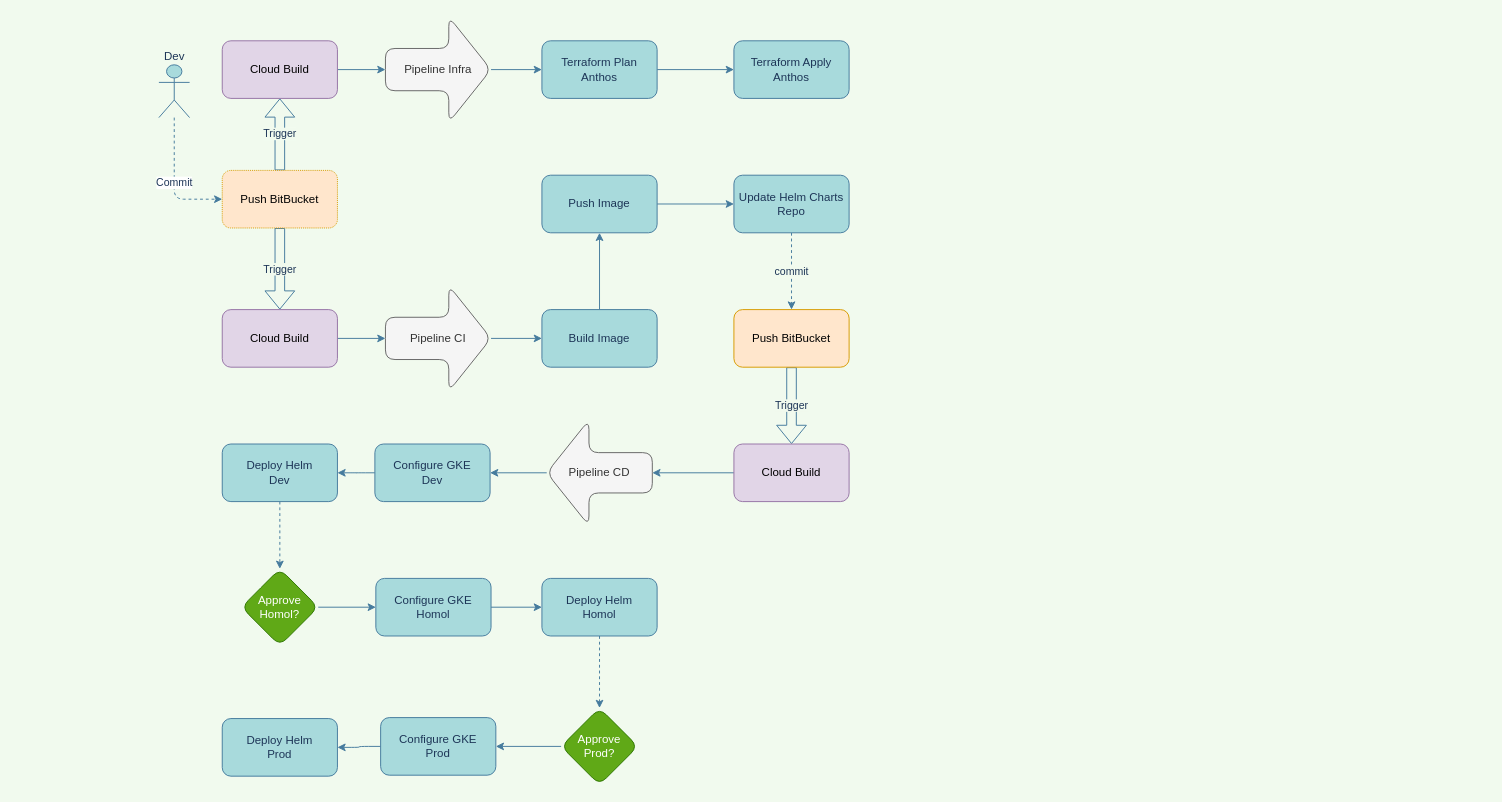
The draw.io diagram CICD/Flow GCP.drawio in skeeterx88/diagrams, before the edit. Source tidied: cells renumbered, new cells numbered last; positions are measured from the earlier drawing's top-left corner, leaving out a move shared by most shapes. Both pictures are drawn from the tidied source at 96%, with x=0, y=0 at pixel (158, 16).
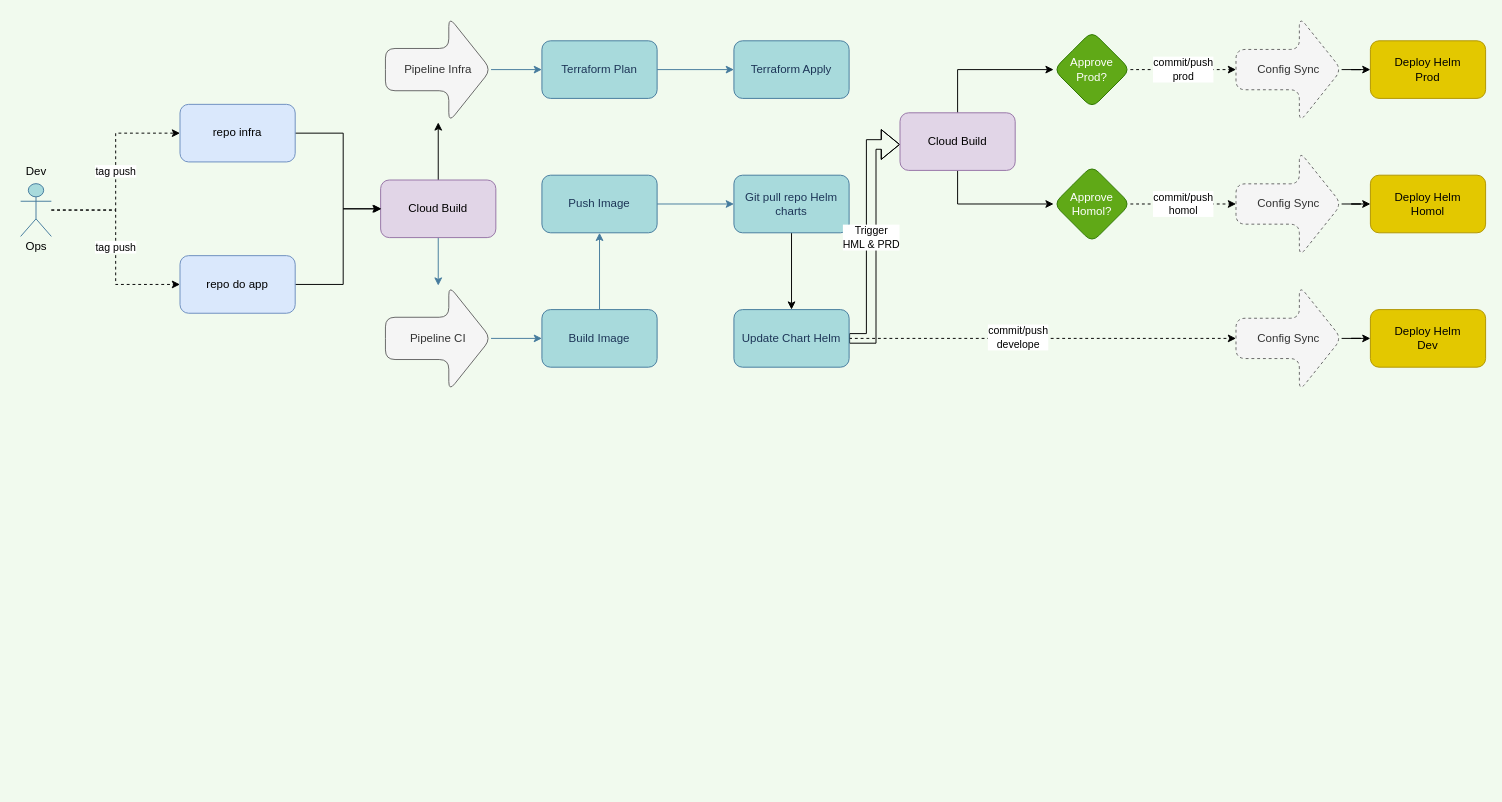
After the change.

The change refers to these unchanged cells:
```xml
<mxCell id="6" value="Pipeline Infra" style="shape=singleArrow;whiteSpace=wrap;html=1;arrowWidth=0.4;arrowSize=0.4;rounded=1;fillColor=#f5f5f5;strokeColor=#666666;fontColor=#333333;" parent="1" vertex="1">
  <mxGeometry x="236" width="110" height="110" as="geometry" />
</mxCell>
```

Change to the diagram source:
```diff
@@
-    <mxCell id="2" value="Trigger" style="edgeStyle=orthogonalEdgeStyle;rounded=0;jettySize=auto;html=1;shape=flexArrow;labelBackgroundColor=#F1FAEE;strokeColor=#457B9D;fontColor=#1D3557;" parent="1" edge="1" source="4" target="17">
-      <mxGeometry relative="1" as="geometry" />
-    </mxCell>
-    <mxCell id="3" value="Trigger" style="edgeStyle=orthogonalEdgeStyle;rounded=0;jettySize=auto;html=1;shape=flexArrow;labelBackgroundColor=#F1FAEE;strokeColor=#457B9D;fontColor=#1D3557;" parent="1" edge="1" source="4" target="19">
-      <mxGeometry relative="1" as="geometry" />
-    </mxCell>
-    <mxCell id="4" value="Push BitBucket" style="rounded=1;whiteSpace=wrap;html=1;fillColor=#ffe6cc;strokeColor=#d79b00;dashed=1;dashPattern=1 1;" parent="1" vertex="1">
-      <mxGeometry x="66" y="160" width="120" height="60" as="geometry" />
-    </mxCell>
@@
-    <mxCell id="10" value="&lt;div&gt;Terraform Plan&lt;/div&gt;&lt;div&gt;Anthos&lt;br&gt;&lt;/div&gt;" style="whiteSpace=wrap;html=1;rounded=1;fillColor=#A8DADC;strokeColor=#457B9D;fontColor=#1D3557;" parent="1" vertex="1">
+    <mxCell id="10" value="&lt;div&gt;Terraform Plan&lt;/div&gt;" style="whiteSpace=wrap;html=1;rounded=1;fillColor=#A8DADC;strokeColor=#457B9D;fontColor=#1D3557;" parent="1" vertex="1">
       <mxGeometry x="399" y="25" width="120" height="60" as="geometry" />
     </mxCell>
-    <mxCell id="11" value="&lt;div&gt;Terraform Apply&lt;/div&gt;&lt;div&gt;Anthos&lt;br&gt;&lt;/div&gt;" style="whiteSpace=wrap;html=1;rounded=1;fillColor=#A8DADC;strokeColor=#457B9D;fontColor=#1D3557;" parent="1" vertex="1">
+    <mxCell id="11" value="&lt;div&gt;Terraform Apply&lt;/div&gt;" style="whiteSpace=wrap;html=1;rounded=1;fillColor=#A8DADC;strokeColor=#457B9D;fontColor=#1D3557;" parent="1" vertex="1">
       <mxGeometry x="599" y="25" width="120" height="60" as="geometry" />
     </mxCell>
@@
-    <mxCell id="14" value="Trigger" style="edgeStyle=orthogonalEdgeStyle;rounded=0;jettySize=auto;html=1;shape=flexArrow;labelBackgroundColor=#F1FAEE;strokeColor=#457B9D;fontColor=#1D3557;" parent="1" edge="1" source="15" target="25">
-      <mxGeometry relative="1" as="geometry" />
-    </mxCell>
-    <mxCell id="15" value="Push BitBucket" style="whiteSpace=wrap;html=1;rounded=1;fillColor=#ffe6cc;strokeColor=#d79b00;" parent="1" vertex="1">
-      <mxGeometry x="599" y="305" width="120" height="60" as="geometry" />
-    </mxCell>
-    <mxCell id="16" style="edgeStyle=orthogonalEdgeStyle;rounded=0;jettySize=auto;html=1;labelBackgroundColor=#F1FAEE;strokeColor=#457B9D;fontColor=#1D3557;" parent="1" edge="1" source="17" target="6">
-      <mxGeometry relative="1" as="geometry" />
-    </mxCell>
-    <mxCell id="17" value="Cloud Build" style="whiteSpace=wrap;html=1;rounded=1;fillColor=#e1d5e7;strokeColor=#9673a6;" parent="1" vertex="1">
-      <mxGeometry x="66" y="25" width="120" height="60" as="geometry" />
-    </mxCell>
@@
+    <mxCell id="45" style="edgeStyle=orthogonalEdgeStyle;rounded=0;jettySize=auto;html=1;" parent="1" edge="1" source="19" target="6">
+      <mxGeometry relative="1" as="geometry" />
+    </mxCell>
     <mxCell id="19" value="Cloud Build" style="whiteSpace=wrap;html=1;rounded=1;fillColor=#e1d5e7;strokeColor=#9673a6;" parent="1" vertex="1">
-      <mxGeometry x="66" y="305" width="120" height="60" as="geometry" />
+      <mxGeometry x="231" y="170" width="120" height="60" as="geometry" />
     </mxCell>
@@
-    <mxCell id="22" value="commit" style="edgeStyle=orthogonalEdgeStyle;rounded=0;jettySize=auto;html=1;labelBackgroundColor=#F1FAEE;strokeColor=#457B9D;fontColor=#1D3557;dashed=1;" parent="1" edge="1" source="23" target="15">
-      <mxGeometry relative="1" as="geometry" />
-    </mxCell>
+    <mxCell id="46" style="edgeStyle=orthogonalEdgeStyle;rounded=0;jettySize=auto;html=1;" parent="1" edge="1" source="23" target="53">
+      <mxGeometry relative="1" as="geometry" />
+    </mxCell>
-    <mxCell id="23" value="Update Helm Charts Repo" style="whiteSpace=wrap;html=1;rounded=1;fillColor=#A8DADC;strokeColor=#457B9D;fontColor=#1D3557;" parent="1" vertex="1">
+    <mxCell id="23" value="Git pull repo Helm charts" style="whiteSpace=wrap;html=1;rounded=1;fillColor=#A8DADC;strokeColor=#457B9D;fontColor=#1D3557;" parent="1" vertex="1">
       <mxGeometry x="599" y="165" width="120" height="60" as="geometry" />
     </mxCell>
-    <mxCell id="24" style="edgeStyle=orthogonalEdgeStyle;curved=0;rounded=1;sketch=0;jettySize=auto;html=1;fontColor=#1D3557;strokeColor=#457B9D;fillColor=#A8DADC;" parent="1" edge="1" source="25" target="27">
-      <mxGeometry relative="1" as="geometry" />
-    </mxCell>
-    <mxCell id="25" value="Cloud Build" style="whiteSpace=wrap;html=1;rounded=1;fillColor=#e1d5e7;strokeColor=#9673a6;" parent="1" vertex="1">
-      <mxGeometry x="599" y="445" width="120" height="60" as="geometry" />
-    </mxCell>
-    <mxCell id="26" style="edgeStyle=orthogonalEdgeStyle;curved=0;rounded=1;sketch=0;jettySize=auto;html=1;fontColor=#1D3557;strokeColor=#457B9D;fillColor=#A8DADC;" parent="1" edge="1" source="27" target="29">
-      <mxGeometry relative="1" as="geometry" />
-    </mxCell>
-    <mxCell id="27" value="Pipeline CD" style="shape=singleArrow;whiteSpace=wrap;html=1;arrowWidth=0.38181818181818183;arrowSize=0.4;rounded=1;rotation=0;horizontal=1;direction=west;fillColor=#f5f5f5;strokeColor=#666666;fontColor=#333333;" parent="1" vertex="1">
-      <mxGeometry x="404" y="420" width="110" height="110" as="geometry" />
-    </mxCell>
-    <mxCell id="28" style="edgeStyle=orthogonalEdgeStyle;curved=0;rounded=1;sketch=0;jettySize=auto;html=1;fontColor=#1D3557;strokeColor=#457B9D;fillColor=#A8DADC;" parent="1" edge="1" source="29" target="31">
-      <mxGeometry relative="1" as="geometry" />
-    </mxCell>
-    <mxCell id="29" value="&lt;div&gt;Configure GKE&lt;/div&gt;&lt;div&gt;Dev&lt;/div&gt;" style="whiteSpace=wrap;html=1;rounded=1;fontColor=#1D3557;strokeColor=#457B9D;fillColor=#A8DADC;" parent="1" vertex="1">
-      <mxGeometry x="225" y="445" width="120" height="60" as="geometry" />
-    </mxCell>
-    <mxCell id="30" style="edgeStyle=orthogonalEdgeStyle;curved=0;rounded=1;sketch=0;jettySize=auto;html=1;dashed=1;fontColor=#1D3557;strokeColor=#457B9D;fillColor=#A8DADC;" parent="1" edge="1" source="31" target="35">
-      <mxGeometry relative="1" as="geometry" />
-    </mxCell>
-    <mxCell id="31" value="&lt;div&gt;Deploy Helm&lt;/div&gt;&lt;div&gt;Dev&lt;br&gt;&lt;/div&gt;" style="whiteSpace=wrap;html=1;rounded=1;fontColor=#1D3557;strokeColor=#457B9D;fillColor=#A8DADC;" parent="1" vertex="1">
-      <mxGeometry x="66" y="445" width="120" height="60" as="geometry" />
+    <mxCell id="31" value="&lt;div&gt;Deploy Helm&lt;/div&gt;&lt;div&gt;Dev&lt;br&gt;&lt;/div&gt;" style="whiteSpace=wrap;html=1;rounded=1;fontColor=#000000;strokeColor=#B09500;fillColor=#e3c800;" parent="1" vertex="1">
+      <mxGeometry x="1262" y="305" width="120" height="60" as="geometry" />
     </mxCell>
-    <mxCell id="32" value="&lt;div&gt;Commit&lt;/div&gt;" style="edgeStyle=orthogonalEdgeStyle;curved=0;rounded=1;sketch=0;jettySize=auto;html=1;fontColor=#1D3557;strokeColor=#457B9D;fillColor=#A8DADC;dashed=1;" parent="1" edge="1" source="33" target="4">
-      <mxGeometry relative="1" as="geometry">
-        <Array as="points">
-          <mxPoint x="16" y="190" />
-        </Array>
-      </mxGeometry>
-    </mxCell>
+    <mxCell id="47" value="tag push" style="edgeStyle=orthogonalEdgeStyle;rounded=0;jettySize=auto;html=1;entryX=0;entryY=0.5;entryDx=0;entryDy=0;dashed=1;" parent="1" edge="1" source="33" target="67">
+      <mxGeometry relative="1" as="geometry" />
+    </mxCell>
+    <mxCell id="48" value="tag push" style="edgeStyle=orthogonalEdgeStyle;rounded=0;jettySize=auto;html=1;entryX=0;entryY=0.5;entryDx=0;entryDy=0;dashed=1;" parent="1" edge="1" source="33" target="69">
+      <mxGeometry relative="1" as="geometry" />
+    </mxCell>
-    <mxCell id="33" value="Dev" style="shape=umlActor;verticalLabelPosition=top;verticalAlign=bottom;html=1;outlineConnect=0;rounded=0;sketch=0;fontColor=#1D3557;strokeColor=#457B9D;fillColor=#A8DADC;labelPosition=center;align=center;" parent="1" vertex="1">
-      <mxGeometry y="50" width="32" height="55" as="geometry" />
+    <mxCell id="33" style="shape=umlActor;verticalLabelPosition=top;verticalAlign=bottom;html=1;outlineConnect=0;rounded=0;sketch=0;fontColor=#1D3557;strokeColor=#457B9D;fillColor=#A8DADC;labelPosition=center;align=center;" parent="1" vertex="1">
+      <mxGeometry x="-144" y="173.8" width="32" height="55" as="geometry" />
     </mxCell>
-    <mxCell id="34" style="edgeStyle=orthogonalEdgeStyle;curved=0;rounded=1;sketch=0;jettySize=auto;html=1;fontColor=#1D3557;strokeColor=#457B9D;fillColor=#A8DADC;" parent="1" edge="1" source="35" target="37">
-      <mxGeometry relative="1" as="geometry" />
-    </mxCell>
+    <mxCell id="39" value="&lt;div&gt;Deploy Helm&lt;/div&gt;&lt;div&gt;Homol&lt;br&gt;&lt;/div&gt;" style="whiteSpace=wrap;html=1;rounded=1;fontColor=#000000;strokeColor=#B09500;fillColor=#e3c800;" parent="1" vertex="1">
+      <mxGeometry x="1262" y="165" width="120" height="60" as="geometry" />
+    </mxCell>
+    <mxCell id="49" value="commit/push&lt;br&gt;prod" style="edgeStyle=orthogonalEdgeStyle;rounded=0;jettySize=auto;html=1;dashed=1;" parent="1" edge="1" source="41" target="59">
+      <mxGeometry relative="1" as="geometry" />
+    </mxCell>
+    <mxCell id="41" value="&lt;div&gt;Approve&lt;/div&gt;&lt;div&gt;Prod?&lt;br&gt;&lt;/div&gt;" style="rhombus;whiteSpace=wrap;html=1;rounded=1;fontColor=#ffffff;strokeColor=#2D7600;fillColor=#60a917;" parent="1" vertex="1">
+      <mxGeometry x="932" y="15" width="80" height="80" as="geometry" />
+    </mxCell>
+    <mxCell id="44" value="&lt;div&gt;Deploy Helm&lt;/div&gt;&lt;div&gt;Prod&lt;br&gt;&lt;/div&gt;" style="whiteSpace=wrap;html=1;rounded=1;fontColor=#000000;strokeColor=#B09500;fillColor=#e3c800;" parent="1" vertex="1">
+      <mxGeometry x="1262" y="25" width="120" height="60" as="geometry" />
+    </mxCell>
+    <mxCell id="50" style="edgeStyle=orthogonalEdgeStyle;rounded=0;jettySize=auto;html=1;entryX=0;entryY=0.5;entryDx=0;entryDy=0;entryPerimeter=0;dashed=1;" parent="1" edge="1" source="53" target="57">
+      <mxGeometry relative="1" as="geometry" />
+    </mxCell>
+    <mxCell id="51" value="commit/push&lt;br&gt;develope" style="edgeLabel;html=1;align=center;verticalAlign=middle;" parent="50" vertex="1">
+      <mxGeometry x="-0.13" y="3" relative="1" as="geometry">
+        <mxPoint y="1" as="offset" />
+      </mxGeometry>
+    </mxCell>
+    <mxCell id="52" value="Trigger&lt;br&gt;HML &amp;amp; PRD" style="edgeStyle=orthogonalEdgeStyle;rounded=0;jettySize=auto;html=1;shape=flexArrow;" parent="1" edge="1" source="53" target="62">
+      <mxGeometry relative="1" as="geometry">
+        <Array as="points">
+          <mxPoint x="742" y="335" />
+          <mxPoint x="742" y="133" />
+        </Array>
+      </mxGeometry>
+    </mxCell>
+    <mxCell id="53" value="Update Chart Helm" style="whiteSpace=wrap;html=1;rounded=1;fillColor=#A8DADC;strokeColor=#457B9D;fontColor=#1D3557;" parent="1" vertex="1">
+      <mxGeometry x="599" y="305" width="120" height="60" as="geometry" />
+    </mxCell>
+    <mxCell id="54" style="edgeStyle=orthogonalEdgeStyle;rounded=0;jettySize=auto;html=1;" parent="1" edge="1" source="55" target="39">
+      <mxGeometry relative="1" as="geometry" />
+    </mxCell>
+    <mxCell id="55" value="Config Sync" style="shape=singleArrow;whiteSpace=wrap;html=1;arrowWidth=0.38181818181818183;arrowSize=0.4;rounded=1;rotation=0;horizontal=1;direction=east;fillColor=#f5f5f5;strokeColor=#666666;fontColor=#333333;dashed=1;" parent="1" vertex="1">
+      <mxGeometry x="1122" y="140" width="110" height="110" as="geometry" />
+    </mxCell>
+    <mxCell id="56" style="edgeStyle=orthogonalEdgeStyle;rounded=0;jettySize=auto;html=1;" parent="1" edge="1" source="57" target="31">
+      <mxGeometry relative="1" as="geometry" />
+    </mxCell>
+    <mxCell id="57" value="Config Sync" style="shape=singleArrow;whiteSpace=wrap;html=1;arrowWidth=0.38181818181818183;arrowSize=0.4;rounded=1;rotation=0;horizontal=1;direction=east;fillColor=#f5f5f5;strokeColor=#666666;fontColor=#333333;dashed=1;" parent="1" vertex="1">
+      <mxGeometry x="1122" y="280" width="110" height="110" as="geometry" />
+    </mxCell>
+    <mxCell id="58" style="edgeStyle=orthogonalEdgeStyle;rounded=0;jettySize=auto;html=1;" parent="1" edge="1" source="59" target="44">
+      <mxGeometry relative="1" as="geometry" />
+    </mxCell>
+    <mxCell id="59" value="Config Sync" style="shape=singleArrow;whiteSpace=wrap;html=1;arrowWidth=0.38181818181818183;arrowSize=0.4;rounded=1;rotation=0;horizontal=1;direction=east;fillColor=#f5f5f5;strokeColor=#666666;fontColor=#333333;dashed=1;" parent="1" vertex="1">
+      <mxGeometry x="1122" width="110" height="110" as="geometry" />
+    </mxCell>
+    <mxCell id="60" style="edgeStyle=orthogonalEdgeStyle;rounded=0;jettySize=auto;html=1;" parent="1" edge="1" source="62" target="35">
+      <mxGeometry relative="1" as="geometry">
+        <Array as="points">
+          <mxPoint x="832" y="195" />
+        </Array>
+      </mxGeometry>
+    </mxCell>
+    <mxCell id="61" style="edgeStyle=orthogonalEdgeStyle;rounded=0;jettySize=auto;html=1;entryX=0;entryY=0.5;entryDx=0;entryDy=0;" parent="1" edge="1" source="62" target="41">
+      <mxGeometry relative="1" as="geometry">
+        <Array as="points">
+          <mxPoint x="832" y="55" />
+        </Array>
+      </mxGeometry>
+    </mxCell>
+    <mxCell id="62" value="Cloud Build" style="whiteSpace=wrap;html=1;rounded=1;strokeColor=#9673a6;fillColor=#e1d5e7;" parent="1" vertex="1">
+      <mxGeometry x="772" y="100" width="120" height="60" as="geometry" />
+    </mxCell>
+    <mxCell id="63" value="commit/push&lt;br&gt;homol" style="edgeStyle=orthogonalEdgeStyle;rounded=0;jettySize=auto;html=1;dashed=1;" parent="1" edge="1" source="35" target="55">
+      <mxGeometry relative="1" as="geometry" />
+    </mxCell>
     <mxCell id="35" value="&lt;div&gt;Approve&lt;/div&gt;&lt;div&gt;Homol?&lt;/div&gt;" style="rhombus;whiteSpace=wrap;html=1;rounded=1;fontColor=#ffffff;strokeColor=#2D7600;fillColor=#60a917;" parent="1" vertex="1">
-      <mxGeometry x="86" y="575" width="80" height="80" as="geometry" />
+      <mxGeometry x="932" y="155" width="80" height="80" as="geometry" />
     </mxCell>
-    <mxCell id="36" style="edgeStyle=orthogonalEdgeStyle;curved=0;rounded=1;sketch=0;jettySize=auto;html=1;fontColor=#1D3557;strokeColor=#457B9D;fillColor=#A8DADC;" parent="1" edge="1" source="37" target="39">
-      <mxGeometry relative="1" as="geometry" />
-    </mxCell>
-    <mxCell id="37" value="&lt;div&gt;Configure GKE&lt;/div&gt;&lt;div&gt;Homol&lt;br&gt;&lt;/div&gt;" style="whiteSpace=wrap;html=1;rounded=1;fontColor=#1D3557;strokeColor=#457B9D;fillColor=#A8DADC;" parent="1" vertex="1">
-      <mxGeometry x="226" y="585" width="120" height="60" as="geometry" />
-    </mxCell>
-    <mxCell id="38" style="edgeStyle=orthogonalEdgeStyle;curved=0;rounded=1;sketch=0;jettySize=auto;html=1;dashed=1;fontColor=#1D3557;strokeColor=#457B9D;fillColor=#A8DADC;" parent="1" edge="1" source="39" target="41">
-      <mxGeometry relative="1" as="geometry" />
-    </mxCell>
-    <mxCell id="39" value="&lt;div&gt;Deploy Helm&lt;/div&gt;&lt;div&gt;Homol&lt;br&gt;&lt;/div&gt;" style="whiteSpace=wrap;html=1;rounded=1;fontColor=#1D3557;strokeColor=#457B9D;fillColor=#A8DADC;" parent="1" vertex="1">
-      <mxGeometry x="399" y="585" width="120" height="60" as="geometry" />
-    </mxCell>
-    <mxCell id="40" style="edgeStyle=orthogonalEdgeStyle;curved=0;rounded=1;sketch=0;jettySize=auto;html=1;fontColor=#1D3557;strokeColor=#457B9D;fillColor=#A8DADC;" parent="1" edge="1" source="41" target="43">
-      <mxGeometry relative="1" as="geometry" />
-    </mxCell>
-    <mxCell id="41" value="&lt;div&gt;Approve&lt;/div&gt;&lt;div&gt;Prod?&lt;br&gt;&lt;/div&gt;" style="rhombus;whiteSpace=wrap;html=1;rounded=1;fontColor=#ffffff;strokeColor=#2D7600;fillColor=#60a917;" parent="1" vertex="1">
-      <mxGeometry x="419" y="720" width="80" height="80" as="geometry" />
-    </mxCell>
-    <mxCell id="42" style="edgeStyle=orthogonalEdgeStyle;curved=0;rounded=1;sketch=0;jettySize=auto;html=1;fontColor=#1D3557;strokeColor=#457B9D;fillColor=#A8DADC;" parent="1" edge="1" source="43" target="44">
-      <mxGeometry relative="1" as="geometry" />
-    </mxCell>
-    <mxCell id="43" value="&lt;div&gt;Configure GKE&lt;/div&gt;&lt;div&gt;Prod&lt;br&gt;&lt;/div&gt;" style="whiteSpace=wrap;html=1;rounded=1;fontColor=#1D3557;strokeColor=#457B9D;fillColor=#A8DADC;" parent="1" vertex="1">
-      <mxGeometry x="231" y="730" width="120" height="60" as="geometry" />
-    </mxCell>
-    <mxCell id="44" value="&lt;div&gt;Deploy Helm&lt;/div&gt;&lt;div&gt;Prod&lt;br&gt;&lt;/div&gt;" style="whiteSpace=wrap;html=1;rounded=1;fontColor=#1D3557;strokeColor=#457B9D;fillColor=#A8DADC;" parent="1" vertex="1">
-      <mxGeometry x="66" y="731" width="120" height="60" as="geometry" />
-    </mxCell>
+    <mxCell id="64" value="Ops" style="text;html=1;align=center;verticalAlign=middle;strokeColor=none;fillColor=none;" parent="1" vertex="1">
+      <mxGeometry x="-148" y="228.8" width="40" height="20" as="geometry" />
+    </mxCell>
+    <mxCell id="65" value="Dev" style="text;html=1;align=center;verticalAlign=middle;strokeColor=none;fillColor=none;" parent="1" vertex="1">
+      <mxGeometry x="-148" y="151.2" width="40" height="20" as="geometry" />
+    </mxCell>
+    <mxCell id="66" style="edgeStyle=orthogonalEdgeStyle;rounded=0;jettySize=auto;html=1;entryX=0;entryY=0.5;entryDx=0;entryDy=0;" parent="1" edge="1" source="67" target="19">
+      <mxGeometry relative="1" as="geometry">
+        <Array as="points">
+          <mxPoint x="192" y="121" />
+          <mxPoint x="192" y="200" />
+        </Array>
+      </mxGeometry>
+    </mxCell>
+    <mxCell id="67" value="repo infra" style="whiteSpace=wrap;html=1;rounded=1;fillColor=#dae8fc;strokeColor=#6c8ebf;" parent="1" vertex="1">
+      <mxGeometry x="22" y="91.2" width="120" height="60" as="geometry" />
+    </mxCell>
+    <mxCell id="68" style="edgeStyle=orthogonalEdgeStyle;rounded=0;jettySize=auto;html=1;" parent="1" edge="1" source="69">
+      <mxGeometry relative="1" as="geometry">
+        <mxPoint x="232" y="200" as="targetPoint" />
+        <Array as="points">
+          <mxPoint x="192" y="279" />
+          <mxPoint x="192" y="200" />
+        </Array>
+      </mxGeometry>
+    </mxCell>
+    <mxCell id="69" value="repo do app" style="whiteSpace=wrap;html=1;rounded=1;strokeColor=#6c8ebf;fillColor=#dae8fc;" parent="1" vertex="1">
+      <mxGeometry x="22" y="248.8" width="120" height="60" as="geometry" />
+    </mxCell>
```
